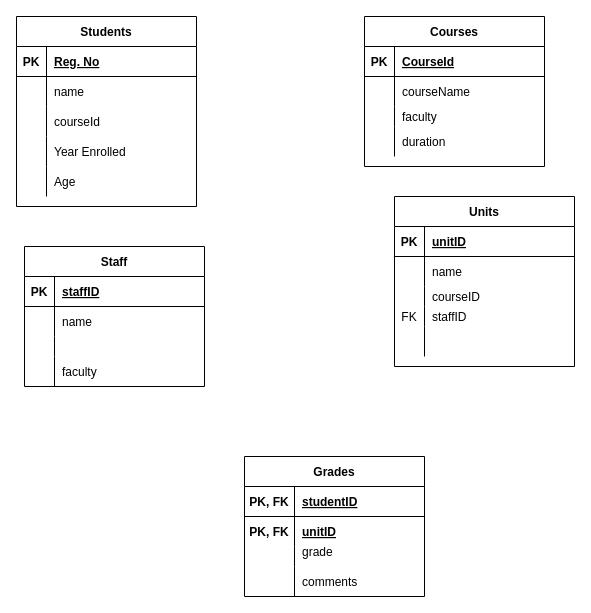
The draw.io diagram Untitled Diagram.drawio in Iguta/Iguta, before the edit. Source tidied: cells renumbered, new cells numbered last; positions are measured from the earlier drawing's top-left corner, leaving out a move shared by most shapes. Both pictures are drawn from the tidied source at 100%, with x=0, y=0 at pixel (16, 16).
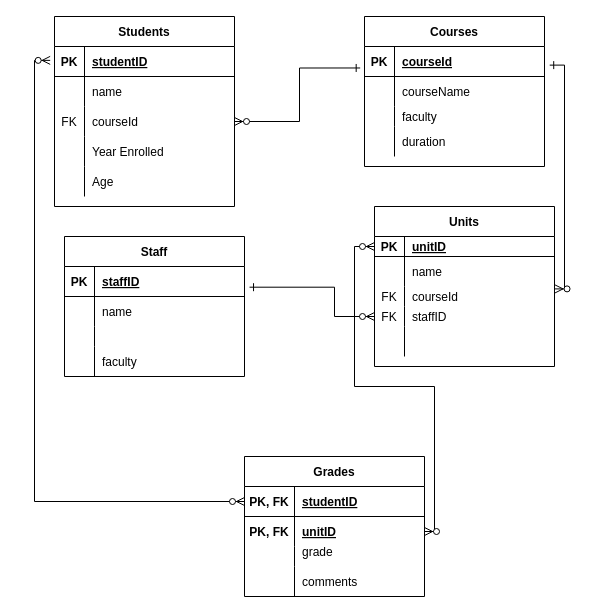
Above is the later version.

Unchanged cells that the change refers to:
```xml
<mxCell id="3" style="shape=tableRow;horizontal=0;startSize=0;swimlaneHead=0;swimlaneBody=0;fillColor=none;points=[[0,0.5],[1,0.5]];portConstraint=eastwest;top=0;left=0;right=0;bottom=1;" parent="2" vertex="1">
  <mxGeometry y="30" width="180" height="30" as="geometry" />
</mxCell>
<mxCell id="9" style="shape=tableRow;horizontal=0;startSize=0;swimlaneHead=0;swimlaneBody=0;fillColor=none;points=[[0,0.5],[1,0.5]];portConstraint=eastwest;top=0;left=0;right=0;bottom=0;" parent="2" vertex="1">
  <mxGeometry y="90" width="180" height="30" as="geometry" />
</mxCell>
<mxCell id="19" style="shape=tableRow;horizontal=0;startSize=0;swimlaneHead=0;swimlaneBody=0;fillColor=none;points=[[0,0.5],[1,0.5]];portConstraint=eastwest;top=0;left=0;right=0;bottom=1;" parent="18" vertex="1">
  <mxGeometry y="30" width="180" height="30" as="geometry" />
</mxCell>
<mxCell id="32" style="shape=tableRow;horizontal=0;startSize=0;swimlaneHead=0;swimlaneBody=0;fillColor=none;points=[[0,0.5],[1,0.5]];portConstraint=eastwest;top=0;left=0;right=0;bottom=1;" parent="31" vertex="1">
  <mxGeometry y="30" width="180" height="30" as="geometry" />
</mxCell>
<mxCell id="61" style="shape=tableRow;horizontal=0;startSize=0;swimlaneHead=0;swimlaneBody=0;fillColor=none;points=[[0,0.5],[1,0.5]];portConstraint=eastwest;top=0;left=0;right=0;bottom=1;" parent="60" vertex="1">
  <mxGeometry y="30" width="180" height="30" as="geometry" />
</mxCell>
<mxCell id="64" style="shape=tableRow;horizontal=0;startSize=0;swimlaneHead=0;swimlaneBody=0;fillColor=none;points=[[0,0.5],[1,0.5]];portConstraint=eastwest;top=0;left=0;right=0;bottom=0;fontStyle=1;" parent="60" vertex="1">
  <mxGeometry y="60" width="180" height="30" as="geometry" />
</mxCell>
```

The edit, as a diff of the source:
```diff
@@
     <mxCell id="2" value="Students" style="shape=table;startSize=30;childLayout=tableLayout;rowLines=0;fontStyle=1;align=center;" parent="1" vertex="1">
-      <mxGeometry width="180" height="190" as="geometry" />
+      <mxGeometry x="38" width="180" height="190" as="geometry" />
     </mxCell>
@@
-    <mxCell id="5" value="Reg. No" style="shape=partialRectangle;fillColor=none;top=0;left=0;bottom=0;right=0;align=left;spacingLeft=6;fontStyle=5;overflow=hidden;" parent="3" vertex="1">
+    <mxCell id="5" value="studentID" style="shape=partialRectangle;fillColor=none;top=0;left=0;bottom=0;right=0;align=left;spacingLeft=6;fontStyle=5;overflow=hidden;" parent="3" vertex="1">
       <mxGeometry x="30" width="150" height="30" as="geometry" />
     </mxCell>
@@
-    <mxCell id="10" style="shape=partialRectangle;fillColor=none;top=0;left=0;bottom=0;right=0;overflow=hidden;" parent="9" vertex="1">
+    <mxCell id="10" value="FK" style="shape=partialRectangle;fillColor=none;top=0;left=0;bottom=0;right=0;overflow=hidden;" parent="9" vertex="1">
       <mxGeometry width="30" height="30" as="geometry" />
     </mxCell>
@@
-    <mxCell id="21" value="CourseId" style="shape=partialRectangle;fillColor=none;top=0;left=0;bottom=0;right=0;align=left;spacingLeft=6;fontStyle=5;overflow=hidden;" parent="19" vertex="1">
+    <mxCell id="21" value="courseId" style="shape=partialRectangle;fillColor=none;top=0;left=0;bottom=0;right=0;align=left;spacingLeft=6;fontStyle=5;overflow=hidden;" parent="19" vertex="1">
       <mxGeometry x="30" width="150" height="30" as="geometry" />
     </mxCell>
@@
     <mxCell id="31" value="Staff" style="shape=table;startSize=30;childLayout=tableLayout;rowLines=0;fontStyle=1;align=center;" parent="1" vertex="1">
-      <mxGeometry x="8" y="230" width="180" height="140" as="geometry" />
+      <mxGeometry x="48" y="220" width="180" height="140" as="geometry" />
     </mxCell>
@@
     <mxCell id="44" value="Units" style="shape=table;startSize=30;childLayout=tableLayout;rowLines=0;fontStyle=1;align=center;" parent="1" vertex="1">
-      <mxGeometry x="378" y="180" width="180" height="170" as="geometry" />
+      <mxGeometry x="358" y="190" width="180" height="160" as="geometry" />
     </mxCell>
     <mxCell id="45" style="shape=tableRow;horizontal=0;startSize=0;swimlaneHead=0;swimlaneBody=0;fillColor=none;points=[[0,0.5],[1,0.5]];portConstraint=eastwest;top=0;left=0;right=0;bottom=1;" parent="44" vertex="1">
-      <mxGeometry y="30" width="180" height="30" as="geometry" />
+      <mxGeometry y="30" width="180" height="20" as="geometry" />
     </mxCell>
     <mxCell id="46" value="PK" style="shape=partialRectangle;fillColor=none;top=0;left=0;bottom=0;right=0;fontStyle=1;overflow=hidden;" parent="45" vertex="1">
-      <mxGeometry width="30" height="30" as="geometry" />
+      <mxGeometry width="30" height="20" as="geometry" />
     </mxCell>
     <mxCell id="47" value="unitID" style="shape=partialRectangle;fillColor=none;top=0;left=0;bottom=0;right=0;align=left;spacingLeft=6;fontStyle=5;overflow=hidden;" parent="45" vertex="1">
-      <mxGeometry x="30" width="150" height="30" as="geometry" />
+      <mxGeometry x="30" width="150" height="20" as="geometry" />
     </mxCell>
     <mxCell id="48" style="shape=tableRow;horizontal=0;startSize=0;swimlaneHead=0;swimlaneBody=0;fillColor=none;top=0;left=0;right=0;bottom=0;" parent="44" vertex="1">
-      <mxGeometry y="60" width="180" height="30" as="geometry" />
+      <mxGeometry y="50" width="180" height="30" as="geometry" />
     </mxCell>
@@
     <mxCell id="51" style="shape=tableRow;horizontal=0;startSize=0;swimlaneHead=0;swimlaneBody=0;fillColor=none;points=[[0,0.5],[1,0.5]];portConstraint=eastwest;top=0;left=0;right=0;bottom=0;" parent="44" vertex="1">
-      <mxGeometry y="90" width="180" height="20" as="geometry" />
+      <mxGeometry y="80" width="180" height="20" as="geometry" />
     </mxCell>
-    <mxCell id="52" style="shape=partialRectangle;fillColor=none;top=0;left=0;bottom=0;right=0;overflow=hidden;" parent="51" vertex="1">
+    <mxCell id="52" value="FK" style="shape=partialRectangle;fillColor=none;top=0;left=0;bottom=0;right=0;overflow=hidden;" parent="51" vertex="1">
       <mxGeometry width="30" height="20" as="geometry" />
     </mxCell>
-    <mxCell id="53" value="courseID" style="shape=partialRectangle;fillColor=none;top=0;left=0;bottom=0;right=0;align=left;spacingLeft=6;overflow=hidden;" parent="51" vertex="1">
+    <mxCell id="53" value="courseId" style="shape=partialRectangle;fillColor=none;top=0;left=0;bottom=0;right=0;align=left;spacingLeft=6;overflow=hidden;" parent="51" vertex="1">
       <mxGeometry x="30" width="150" height="20" as="geometry" />
     </mxCell>
     <mxCell id="54" style="shape=tableRow;horizontal=0;startSize=0;swimlaneHead=0;swimlaneBody=0;fillColor=none;points=[[0,0.5],[1,0.5]];portConstraint=eastwest;top=0;left=0;right=0;bottom=0;" parent="44" vertex="1">
-      <mxGeometry y="110" width="180" height="20" as="geometry" />
+      <mxGeometry y="100" width="180" height="20" as="geometry" />
     </mxCell>
@@
     <mxCell id="57" style="shape=tableRow;horizontal=0;startSize=0;swimlaneHead=0;swimlaneBody=0;fillColor=none;top=0;left=0;right=0;bottom=0;" parent="44" vertex="1">
-      <mxGeometry y="130" width="180" height="30" as="geometry" />
+      <mxGeometry y="120" width="180" height="30" as="geometry" />
     </mxCell>
@@
+    <mxCell id="74" style="edgeStyle=orthogonalEdgeStyle;fontSize=12;html=1;endArrow=ERzeroToMany;endFill=1;startArrow=ERone;rounded=0;entryX=0;entryY=0.5;entryDx=0;entryDy=0;exitX=1.028;exitY=0.69;exitDx=0;exitDy=0;exitPerimeter=0;startFill=0;" parent="1" edge="1" source="32" target="54">
+      <mxGeometry relative="1" as="geometry">
+        <Array as="points">
+          <mxPoint x="318" y="271" />
+          <mxPoint x="318" y="300" />
+        </Array>
+      </mxGeometry>
+    </mxCell>
+    <mxCell id="75" style="edgeStyle=orthogonalEdgeStyle;fontSize=12;html=1;endArrow=ERzeroToMany;endFill=1;startArrow=ERzeroToMany;rounded=0;entryX=0;entryY=0.5;entryDx=0;entryDy=0;exitX=1;exitY=0.5;exitDx=0;exitDy=0;" parent="1" edge="1" source="64" target="45">
+      <mxGeometry relative="1" as="geometry">
+        <Array as="points">
+          <mxPoint x="418" y="515" />
+          <mxPoint x="418" y="370" />
+          <mxPoint x="338" y="370" />
+          <mxPoint x="338" y="230" />
+        </Array>
+      </mxGeometry>
+    </mxCell>
+    <mxCell id="76" style="edgeStyle=orthogonalEdgeStyle;fontSize=12;html=1;endArrow=ERzeroToMany;endFill=1;startArrow=ERzeroToMany;rounded=0;entryX=-0.024;entryY=0.462;entryDx=0;entryDy=0;entryPerimeter=0;exitX=0;exitY=0.5;exitDx=0;exitDy=0;" parent="1" edge="1" source="61" target="3">
+      <mxGeometry relative="1" as="geometry">
+        <Array as="points">
+          <mxPoint x="18" y="485" />
+          <mxPoint x="18" y="44" />
+        </Array>
+      </mxGeometry>
+    </mxCell>
+    <mxCell id="77" style="edgeStyle=orthogonalEdgeStyle;fontSize=12;html=1;endArrow=ERzeroToMany;endFill=1;startArrow=ERone;rounded=0;startFill=0;exitX=-0.024;exitY=0.716;exitDx=0;exitDy=0;exitPerimeter=0;" parent="1" edge="1" source="19" target="9">
+      <mxGeometry relative="1" as="geometry" />
+    </mxCell>
+    <mxCell id="78" style="edgeStyle=orthogonalEdgeStyle;fontSize=12;html=1;endArrow=ERone;endFill=0;startArrow=ERzeroToMany;rounded=0;entryX=1.029;entryY=0.621;entryDx=0;entryDy=0;exitX=1.003;exitY=0.121;exitDx=0;exitDy=0;exitPerimeter=0;entryPerimeter=0;" parent="1" edge="1" source="51" target="19">
+      <mxGeometry relative="1" as="geometry">
+        <Array as="points">
+          <mxPoint x="548" y="272" />
+          <mxPoint x="548" y="49" />
+        </Array>
+      </mxGeometry>
+    </mxCell>
```
